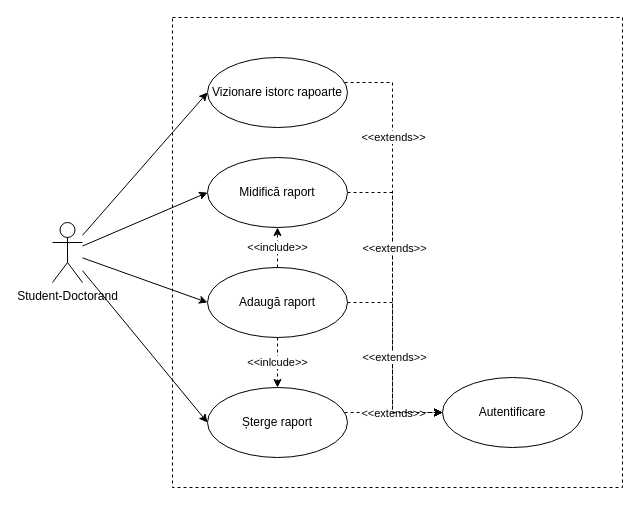
Before: page "student use-case" (5 of 7) of files/diagrams.drawio in valentin-stamate/dashboard-activitatie-academica, a draw.io diagram. Source tidied: cells renumbered, new cells numbered last; positions are measured from the earlier drawing's top-left corner, leaving out a move shared by most shapes. Both pictures are drawn from the tidied source at 100%, with x=0, y=0 at pixel (52, 17).
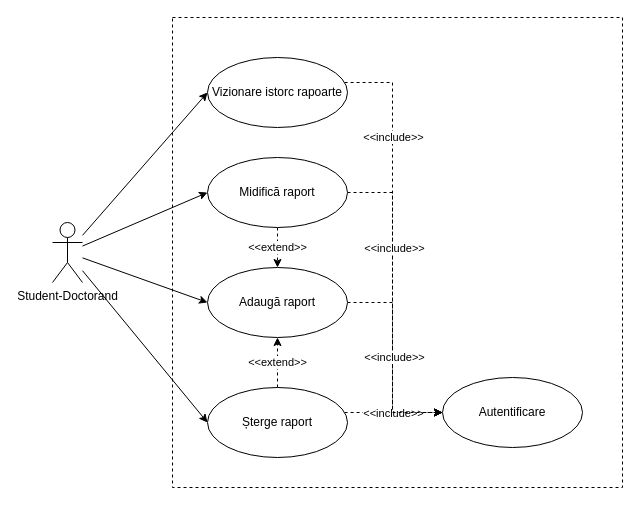
The same page after the edit.

Unchanged cells that the change refers to:
```xml
<mxCell id="8" value="Midifică raport" style="ellipse;whiteSpace=wrap;html=1;" parent="1" vertex="1">
  <mxGeometry x="155" y="140" width="140" height="70" as="geometry" />
</mxCell>
<mxCell id="12" value="Adaugă raport" style="ellipse;whiteSpace=wrap;html=1;" parent="1" vertex="1">
  <mxGeometry x="155" y="250" width="140" height="70" as="geometry" />
</mxCell>
<mxCell id="13" style="edgeStyle=orthogonalEdgeStyle;rounded=0;jettySize=auto;html=1;dashed=1;entryX=0;entryY=0.5;entryDx=0;entryDy=0;" parent="1" edge="1" source="15" target="16">
  <mxGeometry relative="1" as="geometry">
    <Array as="points">
      <mxPoint x="360" y="395" />
      <mxPoint x="360" y="395" />
    </Array>
  </mxGeometry>
</mxCell>
<mxCell id="15" value="Șterge raport" style="ellipse;whiteSpace=wrap;html=1;" parent="1" vertex="1">
  <mxGeometry x="155" y="370" width="140" height="70" as="geometry" />
</mxCell>
<mxCell id="17" style="edgeStyle=orthogonalEdgeStyle;rounded=0;jettySize=auto;html=1;entryX=0;entryY=0.5;entryDx=0;entryDy=0;dashed=1;" parent="1" edge="1" source="21" target="16">
  <mxGeometry relative="1" as="geometry">
    <Array as="points">
      <mxPoint x="340" y="65" />
      <mxPoint x="340" y="395" />
    </Array>
  </mxGeometry>
</mxCell>
```

Change to the diagram source:
```diff
@@
+    <mxCell id="22" style="rounded=0;whiteSpace=wrap;html=1;fillColor=none;dashed=1;" parent="1" vertex="1">
+      <mxGeometry x="120" width="450" height="470" as="geometry" />
+    </mxCell>
@@
+    <mxCell id="23" value="&amp;lt;&amp;lt;extend&amp;gt;&amp;gt;" style="edgeStyle=orthogonalEdgeStyle;rounded=0;jettySize=auto;html=1;entryX=0.5;entryY=0;entryDx=0;entryDy=0;dashed=1;" parent="1" edge="1" source="8" target="12">
+      <mxGeometry relative="1" as="geometry" />
+    </mxCell>
@@
-    <mxCell id="9" value="&amp;lt;&amp;lt;inlcude&amp;gt;&amp;gt;" style="edgeStyle=none;rounded=0;jettySize=auto;html=1;entryX=0.5;entryY=0;entryDx=0;entryDy=0;dashed=1;" parent="1" edge="1" source="12" target="15">
-      <mxGeometry relative="1" as="geometry" />
-    </mxCell>
-    <mxCell id="10" value="&amp;lt;&amp;lt;include&amp;gt;&amp;gt;" style="edgeStyle=none;rounded=0;jettySize=auto;html=1;entryX=0.5;entryY=1;entryDx=0;entryDy=0;dashed=1;" parent="1" edge="1" source="12" target="8">
-      <mxGeometry relative="1" as="geometry" />
-    </mxCell>
@@
-    <mxCell id="14" value="&amp;lt;&amp;lt;extends&amp;gt;&amp;gt;" style="edgeLabel;html=1;align=center;verticalAlign=middle;" parent="13" vertex="1">
+    <mxCell id="14" value="&amp;lt;&amp;lt;include&amp;gt;&amp;gt;" style="edgeLabel;html=1;align=center;verticalAlign=middle;" parent="13" vertex="1">
       <mxGeometry x="-0.26" relative="1" as="geometry">
         <mxPoint x="12" as="offset" />
       </mxGeometry>
     </mxCell>
+    <mxCell id="24" value="&amp;lt;&amp;lt;extend&amp;gt;&amp;gt;" style="edgeStyle=orthogonalEdgeStyle;rounded=0;jettySize=auto;html=1;entryX=0.5;entryY=1;entryDx=0;entryDy=0;dashed=1;" parent="1" edge="1" source="15" target="12">
+      <mxGeometry relative="1" as="geometry" />
+    </mxCell>
@@
-    <mxCell id="18" value="&amp;lt;&amp;lt;extends&amp;gt;&amp;gt;" style="edgeLabel;html=1;align=center;verticalAlign=middle;" parent="17" vertex="1">
+    <mxCell id="18" value="&amp;lt;&amp;lt;include&amp;gt;&amp;gt;" style="edgeLabel;html=1;align=center;verticalAlign=middle;" parent="17" vertex="1">
       <mxGeometry x="-0.56" relative="1" as="geometry">
         <mxPoint y="8" as="offset" />
       </mxGeometry>
     </mxCell>
-    <mxCell id="19" value="&amp;lt;&amp;lt;extends&amp;gt;&amp;gt;" style="edgeLabel;html=1;align=center;verticalAlign=middle;" parent="17" vertex="1">
+    <mxCell id="19" value="&amp;lt;&amp;lt;include&amp;gt;&amp;gt;" style="edgeLabel;html=1;align=center;verticalAlign=middle;" parent="17" vertex="1">
       <mxGeometry x="-0.05" y="1" relative="1" as="geometry">
         <mxPoint y="10" as="offset" />
       </mxGeometry>
     </mxCell>
-    <mxCell id="20" value="&amp;lt;&amp;lt;extends&amp;gt;&amp;gt;" style="edgeLabel;html=1;align=center;verticalAlign=middle;" parent="17" vertex="1">
+    <mxCell id="20" value="&amp;lt;&amp;lt;include&amp;gt;&amp;gt;" style="edgeLabel;html=1;align=center;verticalAlign=middle;" parent="17" vertex="1">
       <mxGeometry x="0.49" y="1" relative="1" as="geometry">
         <mxPoint y="3" as="offset" />
       </mxGeometry>
     </mxCell>
@@
-    <mxCell id="22" style="rounded=0;whiteSpace=wrap;html=1;fillColor=none;dashed=1;" parent="1" vertex="1">
-      <mxGeometry x="120" width="450" height="470" as="geometry" />
-    </mxCell>
```
